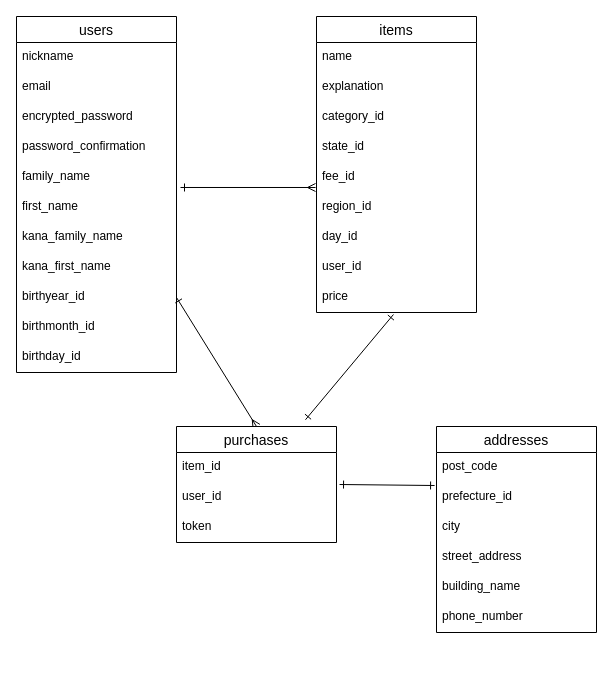
teshio0512/furima-41339 keeps this draw.io diagram as ER.dio. Above is the earlier version. Source tidied: cells renumbered, new cells numbered last; positions are measured from the earlier drawing's top-left corner, leaving out a move shared by most shapes. Both pictures are drawn from the tidied source at 100%, with x=0, y=0 at pixel (16, 16).
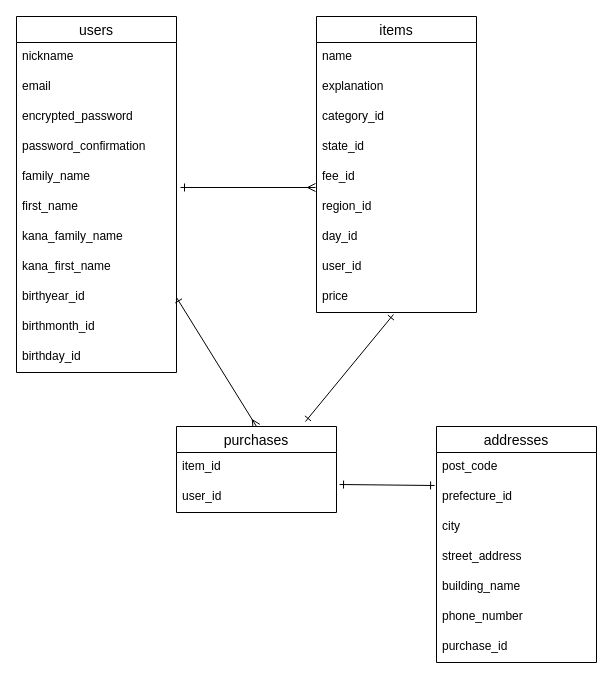
Above is the later version.

Commit message (it also covers changes not shown here):
ER図とREADMEの修正ver2

The edit, as a diff of the source:
```diff
@@
     <mxCell id="26" value="purchases" style="swimlane;fontStyle=0;horizontal=1;startSize=26;align=center;fontSize=14;" parent="1" vertex="1">
-      <mxGeometry x="160" y="410" width="160" height="116" as="geometry" />
+      <mxGeometry x="160" y="410" width="160" height="86" as="geometry" />
     </mxCell>
@@
-    <mxCell id="29" value="token" style="text;strokeColor=none;fillColor=none;spacingLeft=4;spacingRight=4;overflow=hidden;fontSize=12;" parent="26" vertex="1">
-      <mxGeometry y="86" width="160" height="30" as="geometry" />
-    </mxCell>
@@
     <mxCell id="32" value="addresses" style="swimlane;fontStyle=0;horizontal=1;startSize=26;align=center;fontSize=14;" parent="1" vertex="1">
-      <mxGeometry x="420" y="410" width="160" height="206" as="geometry" />
+      <mxGeometry x="420" y="410" width="160" height="236" as="geometry" />
     </mxCell>
@@
+    <mxCell id="39" value="purchase_id" style="text;strokeColor=none;fillColor=none;spacingLeft=4;spacingRight=4;overflow=hidden;fontSize=12;" parent="32" vertex="1">
+      <mxGeometry y="206" width="160" height="30" as="geometry" />
+    </mxCell>
```
